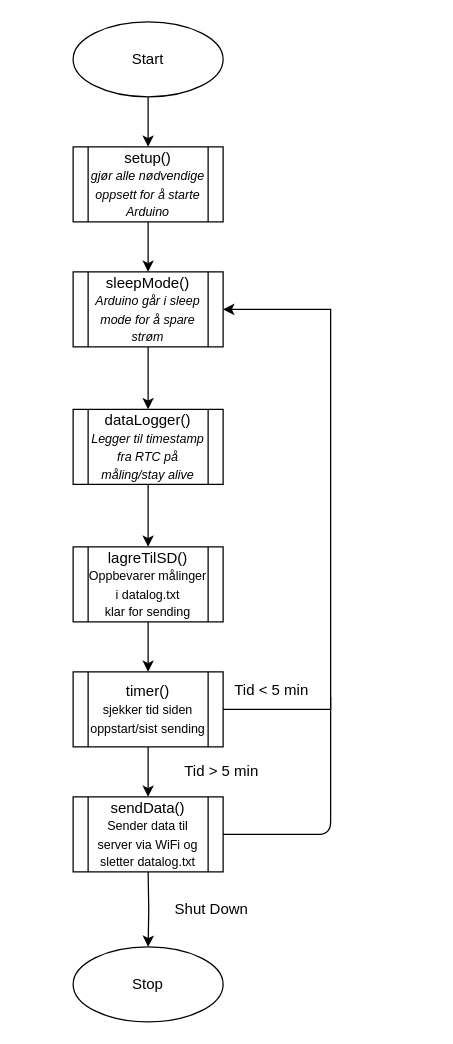
ring-jostein/rainSensorNetwork keeps this draw.io diagram as skisseArduinoMottaker.drawio. Above is the earlier version. Source tidied: cells renumbered, new cells numbered last; positions are measured from the earlier drawing's top-left corner, leaving out a move shared by most shapes. Both pictures are drawn from the tidied source at 125%, with x=0, y=0 at pixel (72, 21).
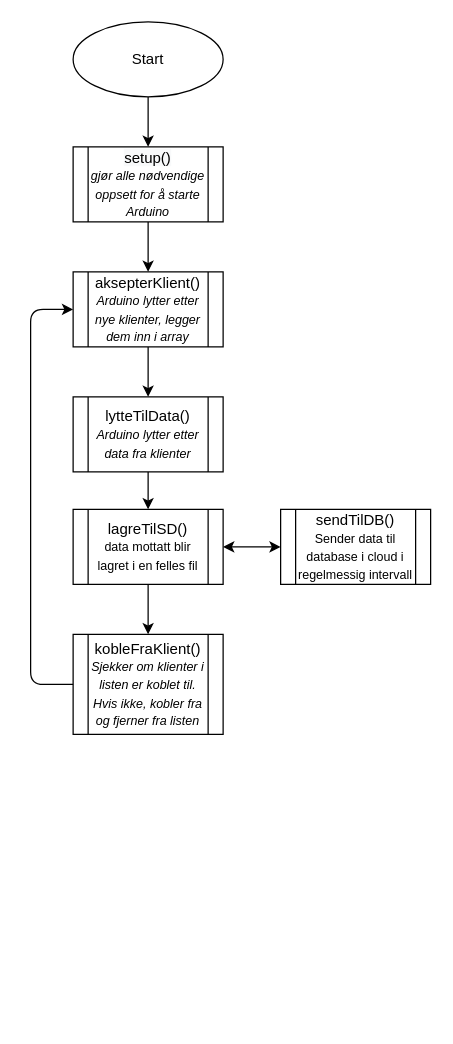
Above is the later version.

Change to the diagram source:
```diff
@@
-    <mxCell id="3" value="Stop" style="ellipse;whiteSpace=wrap;html=1;" parent="1" vertex="1">
-      <mxGeometry y="740" width="120" height="60" as="geometry" />
-    </mxCell>
-    <mxCell id="4" style="edgeStyle=orthogonalEdgeStyle;rounded=0;jettySize=auto;html=1;" parent="1" edge="1" target="3">
-      <mxGeometry relative="1" as="geometry">
-        <mxPoint x="60" y="680" as="sourcePoint" />
-      </mxGeometry>
-    </mxCell>
-    <mxCell id="5" style="edgeStyle=orthogonalEdgeStyle;rounded=0;jettySize=auto;html=1;" parent="1" edge="1" source="6" target="8">
-      <mxGeometry relative="1" as="geometry" />
-    </mxCell>
-    <mxCell id="6" value="dataLogger()&lt;br style=&quot;font-size: 10px&quot;&gt;&lt;font size=&quot;1&quot;&gt;&lt;i&gt;Legger til timestamp fra RTC på måling/stay alive&lt;/i&gt;&lt;/font&gt;" style="shape=process;whiteSpace=wrap;html=1;backgroundOutline=1;" parent="1" vertex="1">
-      <mxGeometry y="310" width="120" height="60" as="geometry" />
-    </mxCell>
-    <mxCell id="7" style="edgeStyle=orthogonalEdgeStyle;rounded=0;jettySize=auto;html=1;" parent="1" edge="1" source="8" target="12">
-      <mxGeometry relative="1" as="geometry" />
-    </mxCell>
-    <mxCell id="8" value="lagreTilSD()&lt;br style=&quot;font-size: 10px&quot;&gt;&lt;font size=&quot;1&quot;&gt;Oppbevarer målinger i datalog.txt&lt;br&gt;klar for sending&lt;br&gt;&lt;/font&gt;" style="shape=process;whiteSpace=wrap;html=1;backgroundOutline=1;" parent="1" vertex="1">
-      <mxGeometry y="420" width="120" height="60" as="geometry" />
+    <mxCell id="8" value="lagreTilSD()&lt;br style=&quot;font-size: 10px&quot;&gt;&lt;font size=&quot;1&quot;&gt;data mottatt blir lagret i en felles fil&lt;br&gt;&lt;/font&gt;" style="shape=process;whiteSpace=wrap;html=1;backgroundOutline=1;" parent="1" vertex="1">
+      <mxGeometry y="390" width="120" height="60" as="geometry" />
     </mxCell>
-    <mxCell id="9" style="edgeStyle=orthogonalEdgeStyle;rounded=0;jettySize=auto;html=1;entryX=0.5;entryY=0;entryDx=0;entryDy=0;" parent="1" edge="1" source="10" target="6">
-      <mxGeometry relative="1" as="geometry" />
-    </mxCell>
-    <mxCell id="10" value="&lt;span&gt;sleepMode()&lt;/span&gt;&lt;br&gt;&lt;i&gt;&lt;font style=&quot;font-size: 10px&quot;&gt;Arduino går i sleep mode for å spare strøm&lt;/font&gt;&lt;/i&gt;" style="shape=process;whiteSpace=wrap;html=1;backgroundOutline=1;" parent="1" vertex="1">
+    <mxCell id="10" value="&lt;span&gt;aksepterKlient()&lt;/span&gt;&lt;br&gt;&lt;i&gt;&lt;font style=&quot;font-size: 10px&quot;&gt;Arduino lytter etter nye klienter, legger dem inn i array&lt;/font&gt;&lt;/i&gt;" style="shape=process;whiteSpace=wrap;html=1;backgroundOutline=1;" parent="1" vertex="1">
       <mxGeometry y="200" width="120" height="60" as="geometry" />
     </mxCell>
-    <mxCell id="11" style="edgeStyle=orthogonalEdgeStyle;rounded=0;jettySize=auto;html=1;" parent="1" edge="1" source="12">
-      <mxGeometry relative="1" as="geometry">
-        <mxPoint x="60" y="620" as="targetPoint" />
-      </mxGeometry>
-    </mxCell>
-    <mxCell id="12" value="timer()&lt;br style=&quot;font-size: 10px&quot;&gt;&lt;font size=&quot;1&quot;&gt;sjekker tid siden oppstart/sist sending&lt;/font&gt;" style="shape=process;whiteSpace=wrap;html=1;backgroundOutline=1;" parent="1" vertex="1">
-      <mxGeometry y="520" width="120" height="60" as="geometry" />
-    </mxCell>
-    <mxCell id="13" value="Tid &amp;gt; 5 min" style="text;html=1;strokeColor=none;fillColor=none;align=center;verticalAlign=middle;whiteSpace=wrap;rounded=0;" parent="1" vertex="1">
-      <mxGeometry x="86" y="590" width="66" height="20" as="geometry" />
-    </mxCell>
-    <mxCell id="14" value="Shut Down" style="text;html=1;strokeColor=none;fillColor=none;align=center;verticalAlign=middle;whiteSpace=wrap;rounded=0;" parent="1" vertex="1">
-      <mxGeometry x="76" y="700" width="70" height="20" as="geometry" />
-    </mxCell>
-    <mxCell id="15" value="Tid &amp;lt; 5 min" style="text;html=1;strokeColor=none;fillColor=none;align=center;verticalAlign=middle;whiteSpace=wrap;rounded=0;" parent="1" vertex="1">
-      <mxGeometry x="126" y="525" width="66" height="20" as="geometry" />
-    </mxCell>
-    <mxCell id="16" value="sendData()&lt;br style=&quot;font-size: 10px&quot;&gt;&lt;font size=&quot;1&quot;&gt;Sender data til server via WiFi og sletter datalog.txt&lt;br&gt;&lt;/font&gt;" style="shape=process;whiteSpace=wrap;html=1;backgroundOutline=1;" parent="1" vertex="1">
-      <mxGeometry y="620" width="120" height="60" as="geometry" />
+    <mxCell id="16" value="sendTilDB()&lt;br style=&quot;font-size: 10px&quot;&gt;&lt;font size=&quot;1&quot;&gt;Sender data til database i cloud i regelmessig intervall&lt;br&gt;&lt;/font&gt;" style="shape=process;whiteSpace=wrap;html=1;backgroundOutline=1;" parent="1" vertex="1">
+      <mxGeometry x="166" y="390" width="120" height="60" as="geometry" />
     </mxCell>
-    <mxCell id="17" style="edgeStyle=orthogonalEdgeStyle;rounded=0;jettySize=auto;html=1;exitX=1;exitY=0.5;exitDx=0;exitDy=0;entryX=1;entryY=0.5;entryDx=0;entryDy=0;" parent="1" edge="1" source="12" target="10">
-      <mxGeometry relative="1" as="geometry">
-        <Array as="points">
-          <mxPoint x="206" y="550" />
-          <mxPoint x="206" y="230" />
-        </Array>
-      </mxGeometry>
-    </mxCell>
-    <mxCell id="18" style="endArrow=none;html=1;exitX=1;exitY=0.5;exitDx=0;exitDy=0;" parent="1" edge="1" source="16">
-      <mxGeometry relative="1" as="geometry">
-        <mxPoint x="206" y="540" as="targetPoint" />
-        <Array as="points">
-          <mxPoint x="206" y="650" />
-        </Array>
-      </mxGeometry>
-    </mxCell>
@@
+    <mxCell id="22" value="&lt;span&gt;lytteTilData()&lt;/span&gt;&lt;br&gt;&lt;i&gt;&lt;font style=&quot;font-size: 10px&quot;&gt;Arduino lytter etter data fra klienter&lt;/font&gt;&lt;/i&gt;" style="shape=process;whiteSpace=wrap;html=1;backgroundOutline=1;" parent="1" vertex="1">
+      <mxGeometry y="300" width="120" height="60" as="geometry" />
+    </mxCell>
+    <mxCell id="23" style="endArrow=classic;html=1;exitX=0.5;exitY=1;exitDx=0;exitDy=0;entryX=0.5;entryY=0;entryDx=0;entryDy=0;" parent="1" edge="1" source="10" target="22">
+      <mxGeometry relative="1" as="geometry" />
+    </mxCell>
+    <mxCell id="24" value="&lt;span&gt;kobleFraKlient()&lt;/span&gt;&lt;br&gt;&lt;i&gt;&lt;font style=&quot;font-size: 10px&quot;&gt;Sjekker om klienter i listen er koblet til. Hvis ikke, kobler fra og fjerner fra listen&lt;/font&gt;&lt;/i&gt;" style="shape=process;whiteSpace=wrap;html=1;backgroundOutline=1;" parent="1" vertex="1">
+      <mxGeometry y="490" width="120" height="80" as="geometry" />
+    </mxCell>
+    <mxCell id="25" style="endArrow=classic;html=1;exitX=0.5;exitY=1;exitDx=0;exitDy=0;entryX=0.5;entryY=0;entryDx=0;entryDy=0;" parent="1" edge="1" source="22" target="8">
+      <mxGeometry relative="1" as="geometry" />
+    </mxCell>
+    <mxCell id="26" style="endArrow=classic;html=1;exitX=0.5;exitY=1;exitDx=0;exitDy=0;entryX=0.5;entryY=0;entryDx=0;entryDy=0;" parent="1" edge="1" source="8" target="24">
+      <mxGeometry relative="1" as="geometry" />
+    </mxCell>
+    <mxCell id="27" style="endArrow=classic;html=1;exitX=0;exitY=0.5;exitDx=0;exitDy=0;entryX=0;entryY=0.5;entryDx=0;entryDy=0;" parent="1" edge="1" source="24" target="10">
+      <mxGeometry relative="1" as="geometry">
+        <Array as="points">
+          <mxPoint x="-34" y="530" />
+          <mxPoint x="-34" y="440" />
+          <mxPoint x="-34" y="230" />
+        </Array>
+      </mxGeometry>
+    </mxCell>
+    <mxCell id="28" style="endArrow=classic;startArrow=classic;html=1;exitX=1;exitY=0.5;exitDx=0;exitDy=0;entryX=0;entryY=0.5;entryDx=0;entryDy=0;" parent="1" edge="1" source="8" target="16">
+      <mxGeometry relative="1" as="geometry" />
+    </mxCell>
```
